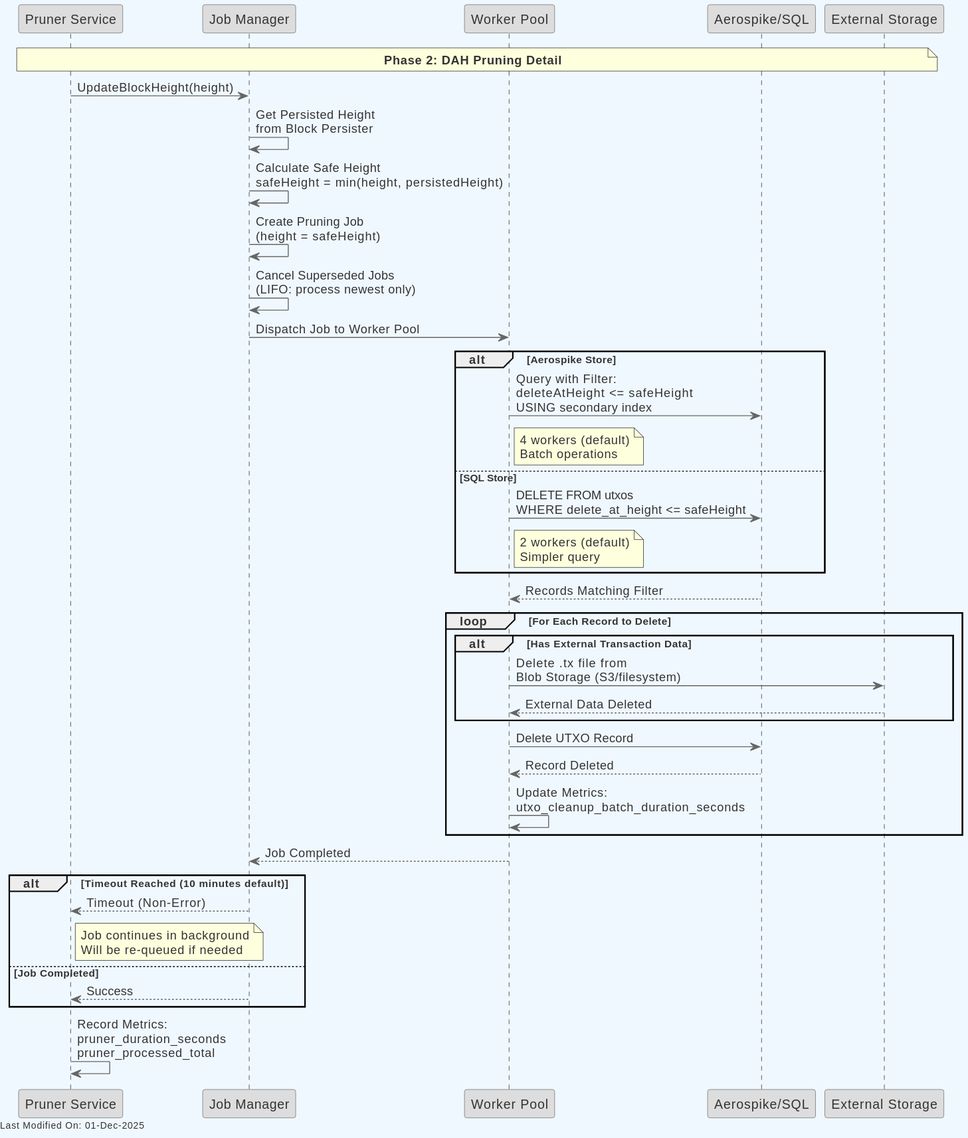
Before: topics/services/img/plantuml/pruner/pruner_dah_pruning.svg, a diagram exported from PlantUML (icellan/teranode). Source of this version:
```plantuml
@startuml
skinparam backgroundColor #F0F8FF
skinparam defaultFontColor #333333
skinparam arrowColor #666666

skinparam participant {
  BorderColor #666666
  BackgroundColor #DDDDDD
}

participant "Pruner Service" as Pruner
participant "Job Manager" as JobManager
participant "Worker Pool" as Workers
participant "Aerospike/SQL" as DB
participant "External Storage" as External

note over Pruner, External: **Phase 2: DAH Pruning Detail**

Pruner -> JobManager: UpdateBlockHeight(height)

JobManager -> JobManager: Get Persisted Height\nfrom Block Persister

JobManager -> JobManager: Calculate Safe Height\nsafeHeight = min(height, persistedHeight)

JobManager -> JobManager: Create Pruning Job\n(height = safeHeight)

JobManager -> JobManager: Cancel Superseded Jobs\n(LIFO: process newest only)

JobManager -> Workers: Dispatch Job to Worker Pool

alt Aerospike Store
    Workers -> DB: Query with Filter:\ndeleteAtHeight <= safeHeight\nUSING secondary index
    note right of Workers: 4 workers (default)\nBatch operations
else SQL Store
    Workers -> DB: DELETE FROM utxos\nWHERE delete_at_height <= safeHeight
    note right of Workers: 2 workers (default)\nSimpler query
end

DB --> Workers: Records Matching Filter

loop For Each Record to Delete
    alt Has External Transaction Data
        Workers -> External: Delete .tx file from\nBlob Storage (S3/filesystem)
        External --> Workers: External Data Deleted
    end

    Workers -> DB: Delete UTXO Record
    DB --> Workers: Record Deleted

    Workers -> Workers: Update Metrics:\nutxo_cleanup_batch_duration_seconds
end

Workers --> JobManager: Job Completed

alt Timeout Reached (10 minutes default)
    JobManager --> Pruner: Timeout (Non-Error)
    note right of Pruner: Job continues in background\nWill be re-queued if needed
else Job Completed
    JobManager --> Pruner: Success
end

Pruner -> Pruner: Record Metrics:\npruner_duration_seconds\npruner_processed_total

left footer Last Modified On: %date("dd-MMM-yyyy")
@enduml
```
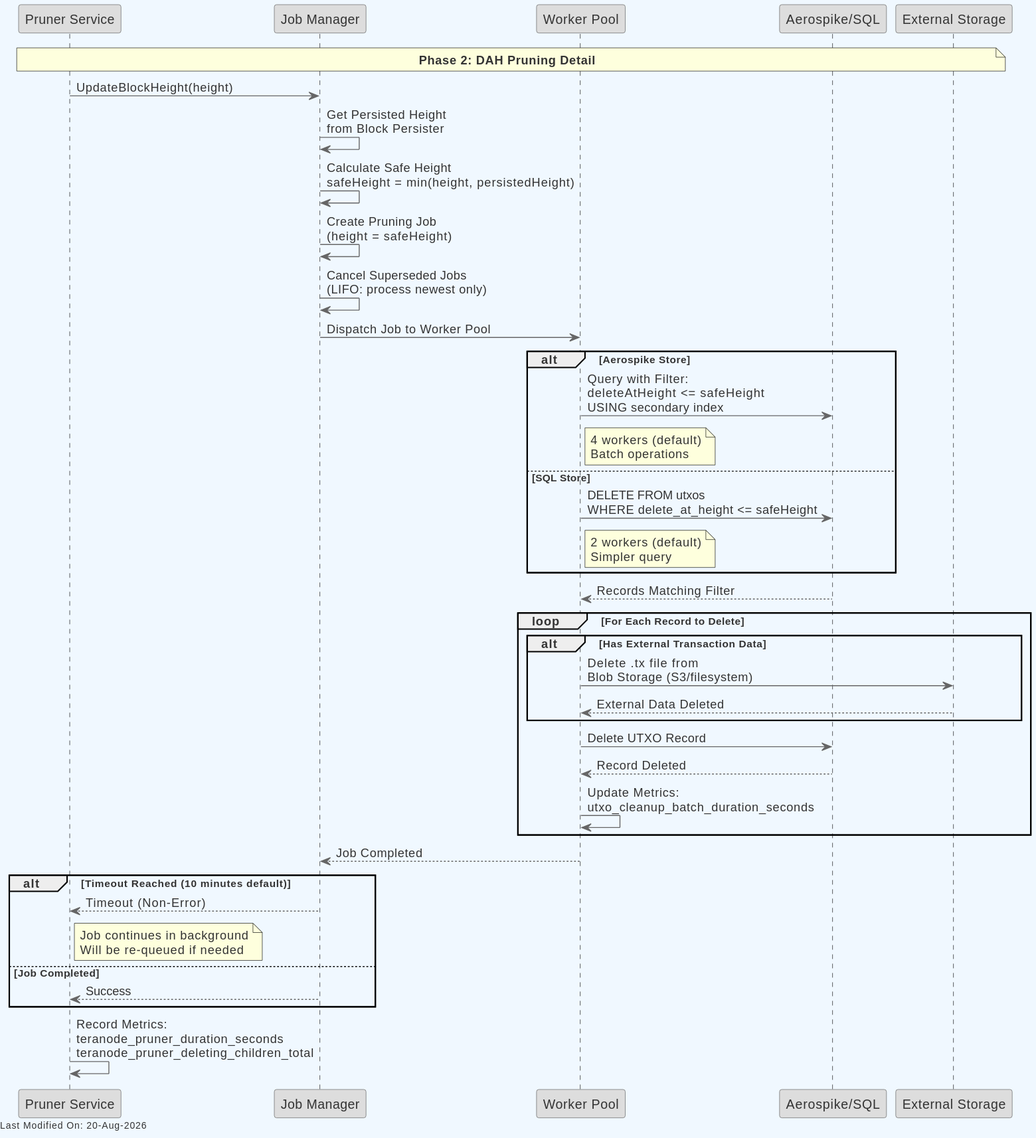
Above is the later version.

What changed in the source:
```diff
@@ -59,7 +59,7 @@
     JobManager --> Pruner: Success
 end
 
-Pruner -> Pruner: Record Metrics:\npruner_duration_seconds\npruner_processed_total
+Pruner -> Pruner: Record Metrics:\nteranode_pruner_duration_seconds\nteranode_pruner_deleting_children_total
 
 left footer Last Modified On: %date("dd-MMM-yyyy")
 @enduml
```
